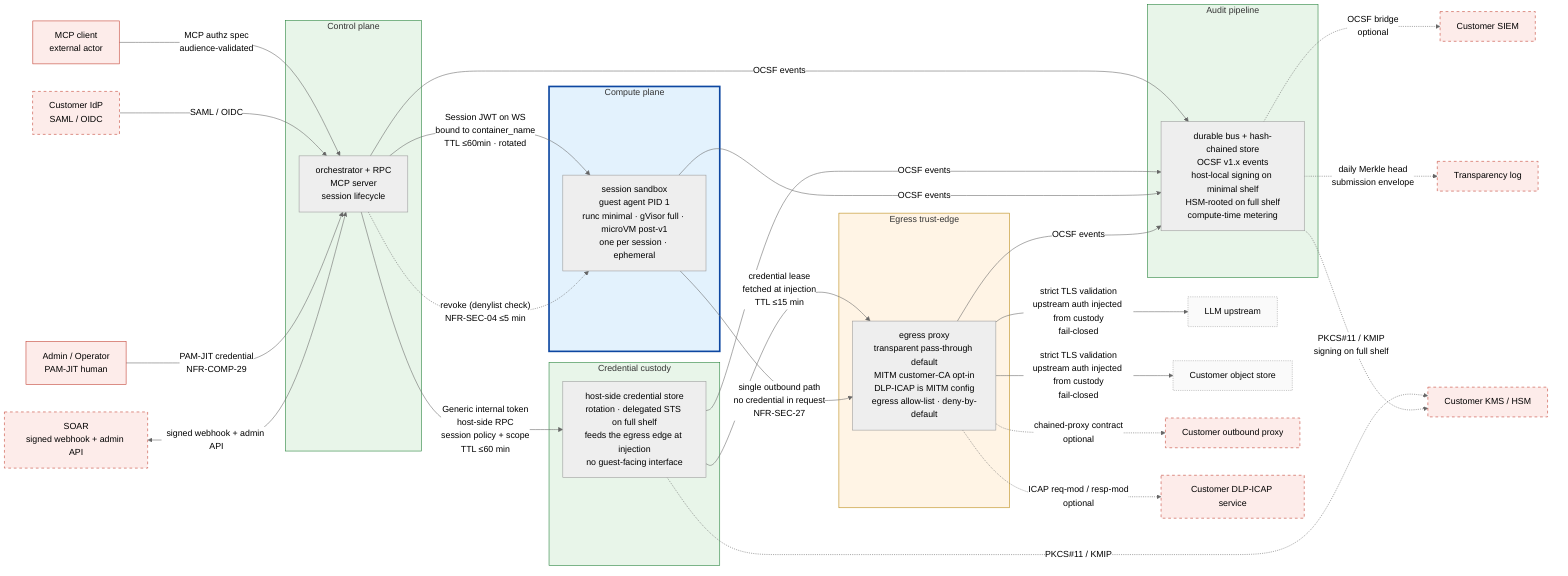
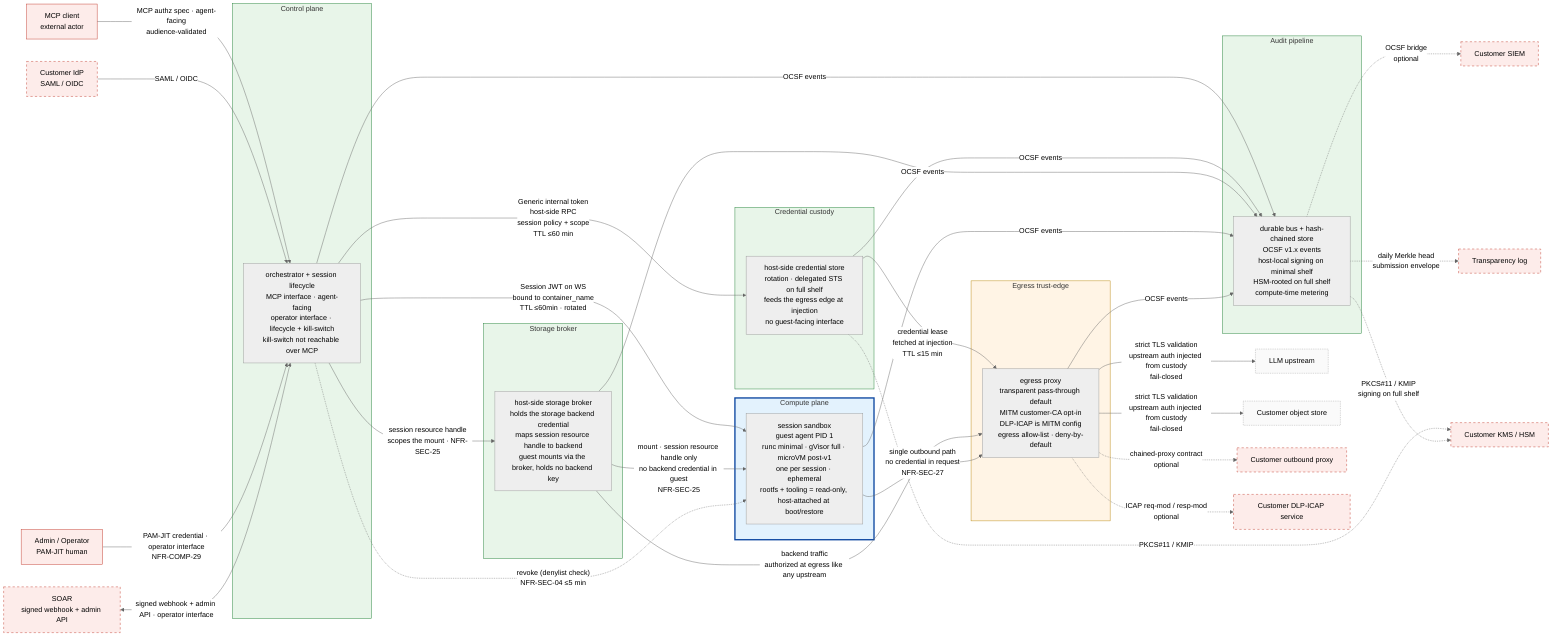
%% SPDX-License-Identifier: FSL-1.1-Apache-2.0
%% Copyright (c) 2025 Open Computer Use Contributors
%% Canonical Layer 3 trust-zone diagram. Referenced from docs/architecture/02-trust-boundaries.md §5.
%% Convention: solid subgraph border = always present; dashed border = optional configuration.
%% Palette (project convention): red untrusted / amber semi-trusted / green trusted / blue isolated.

%%{init: {"theme": "neutral"} }%%
flowchart LR

    %% ─── external actors (untrusted; rendered as plain nodes, not subgraphs) ───
    MCPC[MCP client<br/>external actor]:::ext
    IDP[Customer IdP<br/>SAML / OIDC]:::extOpt
    LLM[LLM upstream]:::endpoint
    OBJ[Customer object store]:::endpoint
    CPROXY[Customer outbound proxy]:::extOpt
    ICAP[Customer DLP-ICAP service]:::extOpt
    SIEM[Customer SIEM]:::extOpt
    KMS[Customer KMS / HSM]:::extOpt
    SOAR[SOAR<br/>signed webhook + admin API]:::extOpt
    OPER[Admin / Operator<br/>PAM-JIT human]:::ext
    TLOG[Transparency log]:::extOpt

    %% ─── our zones ───
+     %% Control plane is one trust-zone exposing two interfaces: an agent-facing
+     %% MCP surface (tool calls) and an operator/lifecycle surface (session
+     %% lifecycle, quota, kill-switch). The kill-switch is reachable only on the
+     %% operator surface — never over MCP. The two-container split is a Layer 6
+     %% concern; here they are one zone.
    subgraph CP[Control plane]
-         ORCH[orchestrator + RPC<br/>MCP server<br/>session lifecycle]
+         ORCH[orchestrator + session lifecycle<br/>MCP interface · agent-facing<br/>operator interface · lifecycle + kill-switch<br/>kill-switch not reachable over MCP]
    end

    subgraph BROKER[Credential custody]
        BR[host-side credential store<br/>rotation · delegated STS on full shelf<br/>feeds the egress edge at injection<br/>no guest-facing interface]
    end

+     subgraph STORE[Storage broker]
+         SB[host-side storage broker<br/>holds the storage backend credential<br/>maps session resource handle to backend<br/>guest mounts via the broker, holds no backend key]
+     end
+ 
    subgraph COMPUTE[Compute plane]
-         VM[session sandbox<br/>guest agent PID 1<br/>runc minimal · gVisor full · microVM post-v1<br/>one per session · ephemeral]
+         VM[session sandbox<br/>guest agent PID 1<br/>runc minimal · gVisor full · microVM post-v1<br/>one per session · ephemeral<br/>rootfs + tooling = read-only, host-attached at boot/restore]
    end

    subgraph EDGE[Egress trust-edge]
        PROXY[egress proxy<br/>transparent pass-through default<br/>MITM customer-CA opt-in<br/>DLP-ICAP is MITM config<br/>egress allow-list · deny-by-default]
    end

    subgraph AUDIT[Audit pipeline]
        BUS[durable bus + hash-chained store<br/>OCSF v1.x events<br/>host-local signing on minimal shelf<br/>HSM-rooted on full shelf<br/>compute-time metering]
    end

    %% ─── inbound edges ───
-     MCPC -->|"MCP authz spec<br/>audience-validated"| ORCH
+     %% MCP arrives on the agent-facing interface; operator + SOAR arrive on the
+     %% operator/lifecycle interface. Distinct auth; the kill-switch lives only
+     %% on the latter.
+     MCPC -->|"MCP authz spec · agent-facing<br/>audience-validated"| ORCH
    IDP -->|SAML / OIDC| ORCH
-     OPER -->|PAM-JIT credential<br/>NFR-COMP-29| ORCH
-     SOAR <-->|signed webhook + admin API| ORCH
+     OPER -->|"PAM-JIT credential · operator interface<br/>NFR-COMP-29"| ORCH
+     SOAR <-->|"signed webhook + admin API · operator interface"| ORCH

    %% ─── internal edges (encrypted in transit; NFR-SEC-37) ───
    ORCH -->|"Generic internal token<br/>host-side RPC<br/>session policy + scope<br/>TTL ≤60 min"| BR
    ORCH -->|"Session JWT on WS<br/>bound to container_name<br/>TTL ≤60min · rotated"| VM
+     ORCH -->|"session resource handle<br/>scopes the mount · NFR-SEC-25"| SB
    BR -->|"credential lease<br/>fetched at injection<br/>TTL ≤15 min"| PROXY
+ 
+     %% ─── storage-mount path (second guest-data boundary: in vs out) ───
+     %% Distinct from egress. The guest reads/writes mutable user-data through a
+     %% mount the broker serves; the guest holds only a session-scoped resource
+     %% handle (e.g. filesystem_id), never the storage backend credential. The
+     %% broker's own backend traffic is authorized at the Egress trust-edge like
+     %% any upstream. Mount substrate (FUSE / virtio-fs / 9p) is component-spec.
+     SB -->|"mount · session resource handle only<br/>no backend credential in guest<br/>NFR-SEC-25"| VM
+     SB -->|"backend traffic<br/>authorized at egress like any upstream"| PROXY

    %% ─── revoke channel (denylist; independent of IdP reachability) ───
    %% Compute plane gets a direct denylist check (Session JWT TTL ≤60min needs it);
    %% Egress trust-edge revoke = the edge stops injecting upstream auth for a
    %% revoked session; the credential-lease TTL (≤15 min) caps how long an
    %% already-fetched credential survives, so no direct ORCH→PROXY edge.
    ORCH -.->|"revoke (denylist check)<br/>NFR-SEC-04 ≤5 min"| VM

    %% ─── egress edges ───
    VM -->|"single outbound path<br/>no credential in request<br/>NFR-SEC-27"| PROXY
    PROXY -->|"strict TLS validation<br/>upstream auth injected from custody<br/>fail-closed"| LLM
    PROXY -->|"strict TLS validation<br/>upstream auth injected from custody<br/>fail-closed"| OBJ
    PROXY -.->|"chained-proxy contract<br/>optional"| CPROXY
    PROXY -.->|"ICAP req-mod / resp-mod<br/>optional"| ICAP

    %% ─── audit edges (every named zone emits OCSF events) ───
    ORCH -->|OCSF events| BUS
    BR -->|OCSF events| BUS
+     SB -->|OCSF events| BUS
    VM -->|OCSF events| BUS
    PROXY -->|OCSF events| BUS

    %% ─── audit egress ───
    BUS -.->|"OCSF bridge<br/>optional"| SIEM
    BUS -.->|"daily Merkle head<br/>submission envelope"| TLOG

    %% ─── KMS path (optional, full-capability shelf only) ───
    BR -.->|"PKCS#11 / KMIP"| KMS
    BUS -.->|"PKCS#11 / KMIP<br/>signing on full shelf"| KMS

    %% ─── styling (project palette: red untrusted / amber semi-trusted / green trusted / blue isolated) ───
    classDef ext fill:#fdecea,stroke:#c0392b,stroke-width:1px;
    classDef extOpt fill:#fdecea,stroke:#c0392b,stroke-dasharray: 5 5;
    classDef endpoint fill:#fafafa,stroke:#9e9e9e,stroke-dasharray: 2 2;
    style CP fill:#e8f5e9,stroke:#1e7e34,stroke-width:1px;
    style BROKER fill:#e8f5e9,stroke:#1e7e34,stroke-width:1px;
+     style STORE fill:#e8f5e9,stroke:#1e7e34,stroke-width:1px;
    style COMPUTE fill:#e3f2fd,stroke:#0d47a1,stroke-width:3px;
    style EDGE fill:#fff4e5,stroke:#b8860b,stroke-width:1px;
    style AUDIT fill:#e8f5e9,stroke:#1e7e34,stroke-width:1px;
